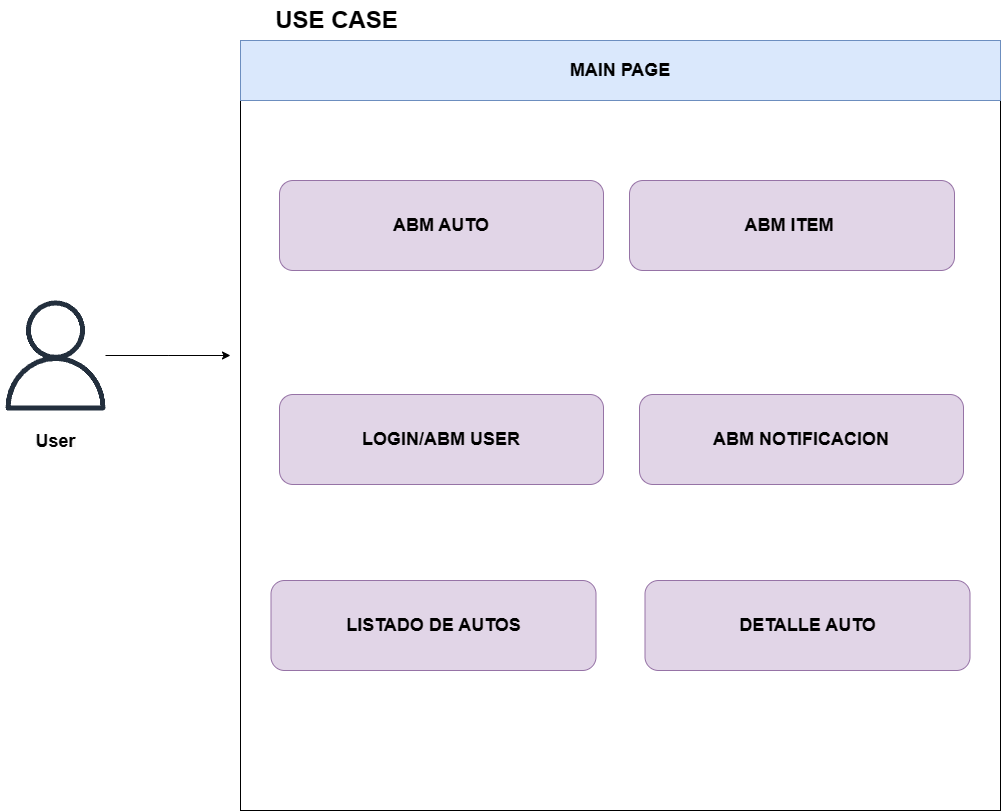
Tip-Grupo-6/kuruma-docs keeps this draw.io diagram as assets/CU.png. Above is the earlier version. Source tidied: cells renumbered, new cells last; positions are measured from the earlier drawing's top-left corner, leaving out a move shared by most shapes.
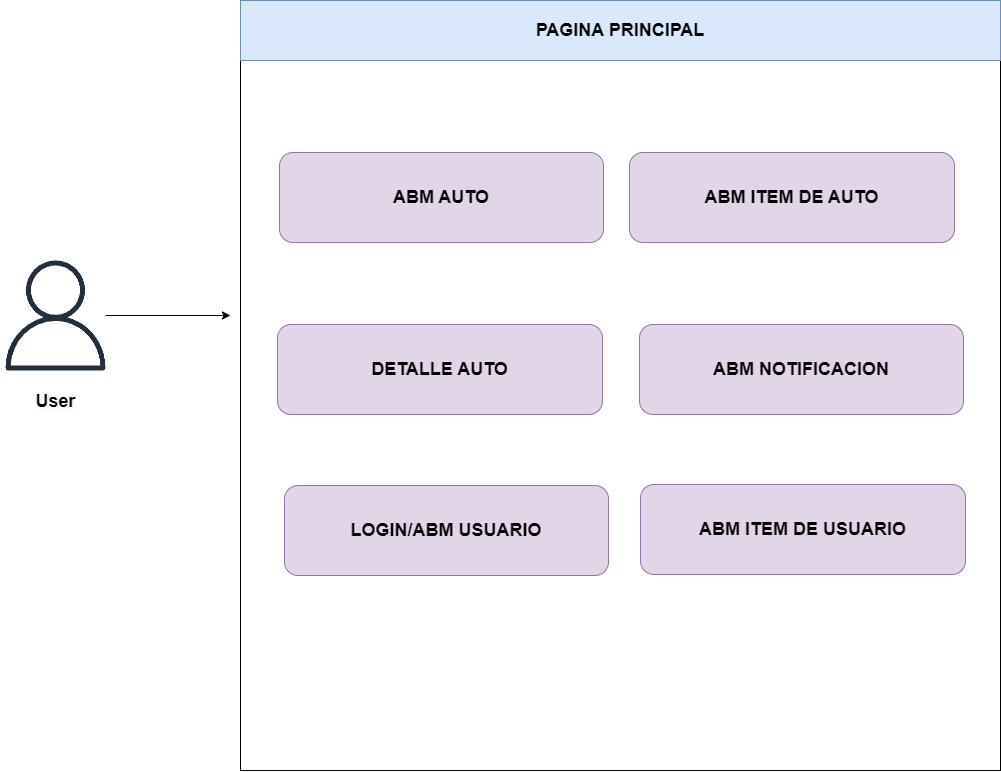
Above is the later version.

What changed in the source:
```diff
@@ -11,9 +11,6 @@
         </Array>
       </mxGeometry>
     </mxCell>
-    <mxCell id="3" value="&lt;b style=&quot;&quot;&gt;&lt;font style=&quot;font-size: 24px;&quot;&gt;USE CASE&lt;/font&gt;&lt;/b&gt;" style="text;html=1;align=center;verticalAlign=middle;strokeColor=none;fillColor=none;" parent="1" vertex="1">
-      <mxGeometry x="261" width="150" height="40" as="geometry" />
-    </mxCell>
     <mxCell id="4" style="edgeStyle=orthogonalEdgeStyle;rounded=0;jettySize=auto;html=1;" parent="1" edge="1" source="5">
       <mxGeometry relative="1" as="geometry">
         <mxPoint x="230" y="355" as="targetPoint" />
@@ -25,26 +22,26 @@
     <mxCell id="6" style="whiteSpace=wrap;html=1;" parent="1" vertex="1">
       <mxGeometry x="240" y="50" width="760" height="760" as="geometry" />
     </mxCell>
-    <mxCell id="7" value="&lt;b&gt;&lt;font style=&quot;font-size: 18px;&quot;&gt;MAIN PAGE&lt;/font&gt;&lt;/b&gt;" style="rounded=0;whiteSpace=wrap;html=1;fillColor=#dae8fc;strokeColor=#6c8ebf;" parent="1" vertex="1">
+    <mxCell id="7" value="&lt;b&gt;&lt;font style=&quot;font-size: 18px;&quot;&gt;PAGINA PRINCIPAL&lt;/font&gt;&lt;/b&gt;" style="rounded=0;whiteSpace=wrap;html=1;fillColor=#dae8fc;strokeColor=#6c8ebf;" parent="1" vertex="1">
       <mxGeometry x="240" y="40" width="760" height="60" as="geometry" />
     </mxCell>
     <mxCell id="8" value="&lt;b&gt;&lt;font style=&quot;font-size: 18px;&quot;&gt;DETALLE AUTO&lt;/font&gt;&lt;/b&gt;" style="rounded=1;whiteSpace=wrap;html=1;fillColor=#e1d5e7;strokeColor=#9673a6;" parent="1" vertex="1">
-      <mxGeometry x="644.5" y="580" width="325" height="90" as="geometry" />
+      <mxGeometry x="277" y="364" width="325" height="90" as="geometry" />
     </mxCell>
-    <mxCell id="9" value="&lt;span style=&quot;font-size: 18px;&quot;&gt;&lt;b&gt;LISTADO DE AUTOS&lt;/b&gt;&lt;/span&gt;" style="rounded=1;whiteSpace=wrap;html=1;fillColor=#e1d5e7;strokeColor=#9673a6;" parent="1" vertex="1">
-      <mxGeometry x="270.5" y="580" width="325" height="90" as="geometry" />
-    </mxCell>
     <mxCell id="10" value="&lt;span style=&quot;font-size: 18px;&quot;&gt;&lt;b&gt;ABM AUTO&lt;/b&gt;&lt;/span&gt;" style="rounded=1;whiteSpace=wrap;html=1;fillColor=#e1d5e7;strokeColor=#9673a6;" parent="1" vertex="1">
-      <mxGeometry x="279" y="180" width="324" height="90" as="geometry" />
+      <mxGeometry x="279" y="192" width="324" height="90" as="geometry" />
     </mxCell>
-    <mxCell id="11" value="&lt;b&gt;&lt;font style=&quot;font-size: 18px;&quot;&gt;ABM ITEM&amp;nbsp;&lt;/font&gt;&lt;/b&gt;" style="rounded=1;whiteSpace=wrap;html=1;fillColor=#e1d5e7;strokeColor=#9673a6;" parent="1" vertex="1">
-      <mxGeometry x="629" y="180" width="325" height="90" as="geometry" />
+    <mxCell id="11" value="&lt;b&gt;&lt;font style=&quot;font-size: 18px;&quot;&gt;ABM ITEM DE AUTO&lt;/font&gt;&lt;/b&gt;" style="rounded=1;whiteSpace=wrap;html=1;fillColor=#e1d5e7;strokeColor=#9673a6;" parent="1" vertex="1">
+      <mxGeometry x="629" y="192" width="325" height="90" as="geometry" />
     </mxCell>
-    <mxCell id="12" value="&lt;span style=&quot;font-size: 18px;&quot;&gt;&lt;b&gt;LOGIN/ABM USER&lt;/b&gt;&lt;/span&gt;" style="rounded=1;whiteSpace=wrap;html=1;fillColor=#e1d5e7;strokeColor=#9673a6;" parent="1" vertex="1">
-      <mxGeometry x="279" y="394" width="324" height="90" as="geometry" />
+    <mxCell id="12" value="&lt;span style=&quot;font-size: 18px;&quot;&gt;&lt;b&gt;LOGIN/ABM USUARIO&lt;/b&gt;&lt;/span&gt;" style="rounded=1;whiteSpace=wrap;html=1;fillColor=#e1d5e7;strokeColor=#9673a6;" parent="1" vertex="1">
+      <mxGeometry x="284" y="525" width="324" height="90" as="geometry" />
     </mxCell>
     <mxCell id="13" value="&lt;span style=&quot;font-size: 18px;&quot;&gt;&lt;b&gt;ABM NOTIFICACION&lt;/b&gt;&lt;/span&gt;" style="rounded=1;whiteSpace=wrap;html=1;fillColor=#e1d5e7;strokeColor=#9673a6;" parent="1" vertex="1">
-      <mxGeometry x="639" y="394" width="324" height="90" as="geometry" />
+      <mxGeometry x="639" y="364" width="324" height="90" as="geometry" />
     </mxCell>
+    <mxCell id="14" value="&lt;b&gt;&lt;font style=&quot;font-size: 18px;&quot;&gt;ABM ITEM DE USUARIO&lt;/font&gt;&lt;/b&gt;" style="rounded=1;whiteSpace=wrap;html=1;fillColor=#e1d5e7;strokeColor=#9673a6;" parent="1" vertex="1">
+      <mxGeometry x="640" y="524" width="325" height="90" as="geometry" />
+    </mxCell>
   </root>
 </mxGraphModel>
```
